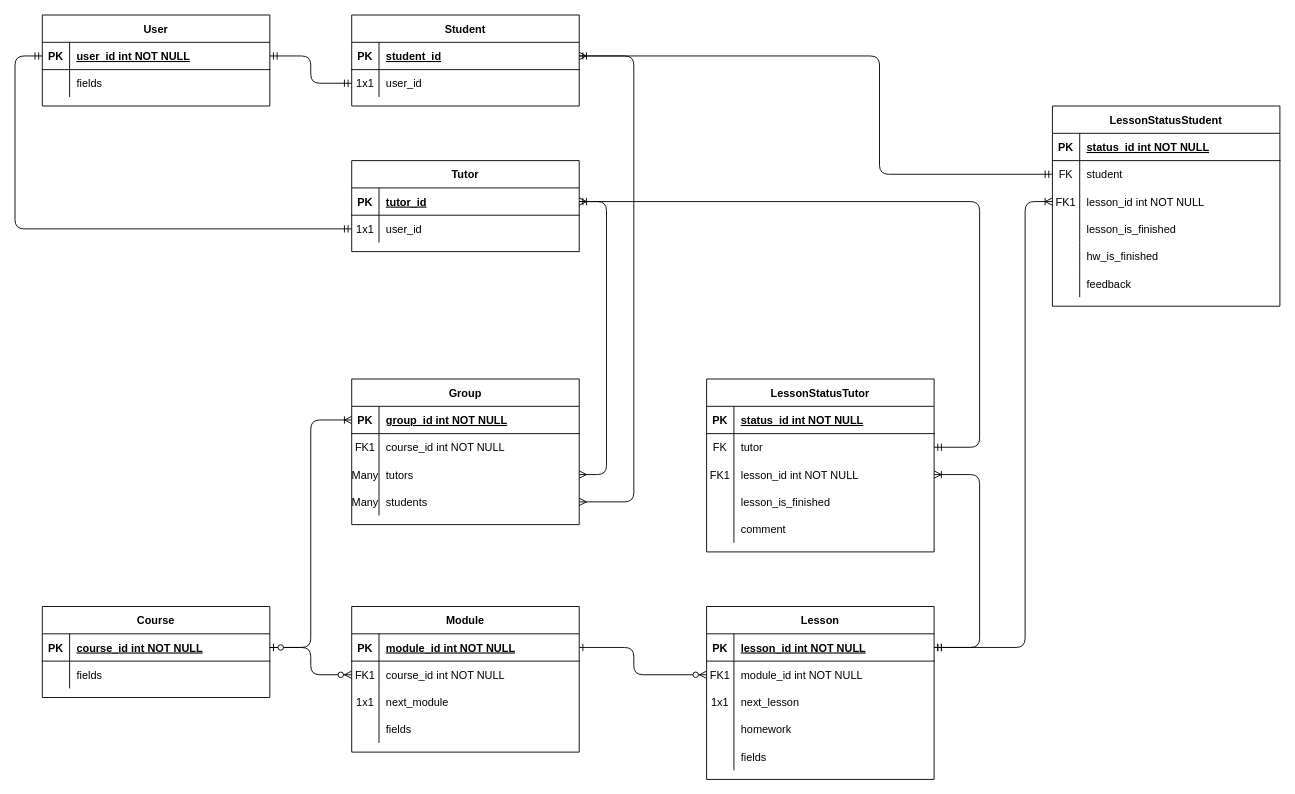
The draw.io diagram Untitled Diagram.drawio in ouriso/ouriso, before the edit. Source tidied: cells renumbered, new cells numbered last; positions are measured from the earlier drawing's top-left corner, leaving out a move shared by most shapes. Both pictures are drawn from the tidied source at 91%, with x=0, y=0 at pixel (15, 15).
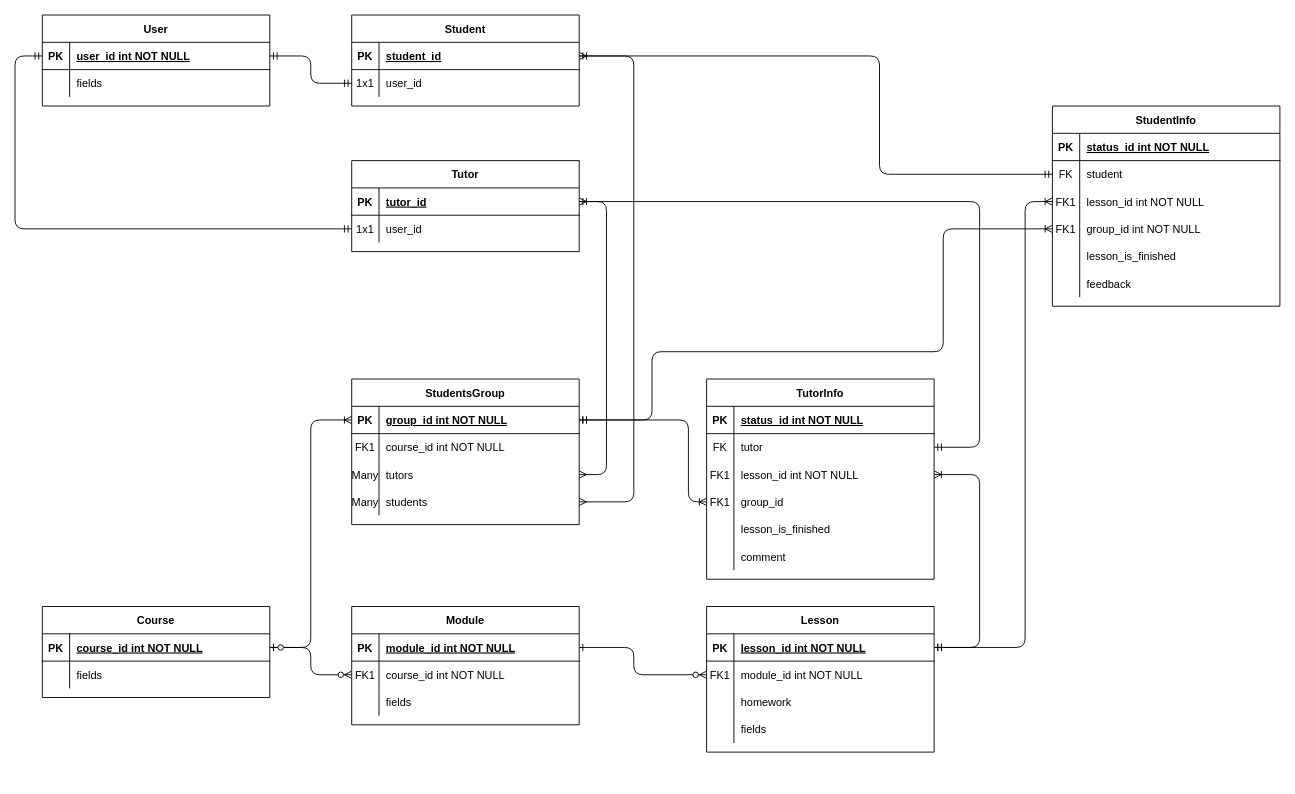
The same diagram, later.

Unchanged cells that the change refers to:
```xml
<mxCell id="64" style="shape=partialRectangle;fillColor=none;points=[[0,0.5],[1,0.5]];portConstraint=eastwest;top=0;left=0;right=0;bottom=1;" parent="63" vertex="1">
  <mxGeometry y="30" width="250" height="30" as="geometry" />
</mxCell>
```

Change to the diagram source:
```diff
@@
     <mxCell id="4" value="Module" style="shape=table;startSize=30;childLayout=tableLayout;rowLines=0;fontStyle=1;align=center;" parent="1" vertex="1">
-      <mxGeometry x="370" y="650" width="250" height="160" as="geometry" />
+      <mxGeometry x="370" y="650" width="250" height="130" as="geometry" />
     </mxCell>
@@
-    <mxCell id="11" style="shape=partialRectangle;fillColor=none;top=0;left=0;right=0;bottom=0;" parent="4" vertex="1">
-      <mxGeometry y="90" width="250" height="30" as="geometry" />
-    </mxCell>
-    <mxCell id="12" value="1x1" style="shape=partialRectangle;overflow=hidden;fillColor=none;top=0;left=0;bottom=0;right=0;" parent="11" vertex="1">
-      <mxGeometry width="30" height="30" as="geometry" />
-    </mxCell>
-    <mxCell id="13" value="next_module" style="shape=partialRectangle;overflow=hidden;fillColor=none;top=0;left=0;bottom=0;right=0;align=left;spacingLeft=6;" parent="11" vertex="1">
-      <mxGeometry x="30" width="220" height="30" as="geometry" />
-    </mxCell>
     <mxCell id="14" style="shape=partialRectangle;fillColor=none;top=0;left=0;right=0;bottom=0;" parent="4" vertex="1">
-      <mxGeometry y="120" width="250" height="30" as="geometry" />
+      <mxGeometry y="90" width="250" height="30" as="geometry" />
     </mxCell>
@@
     <mxCell id="17" value="Lesson" style="shape=table;startSize=30;childLayout=tableLayout;rowLines=0;fontStyle=1;align=center;" parent="1" vertex="1">
-      <mxGeometry x="760" y="650" width="250" height="190" as="geometry" />
+      <mxGeometry x="760" y="650" width="250" height="160" as="geometry" />
     </mxCell>
@@
-    <mxCell id="24" style="shape=partialRectangle;fillColor=none;top=0;left=0;right=0;bottom=0;" parent="17" vertex="1">
-      <mxGeometry y="90" width="250" height="30" as="geometry" />
-    </mxCell>
-    <mxCell id="25" value="1x1" style="shape=partialRectangle;overflow=hidden;fillColor=none;top=0;left=0;bottom=0;right=0;" parent="24" vertex="1">
-      <mxGeometry width="30" height="30" as="geometry" />
-    </mxCell>
-    <mxCell id="26" value="next_lesson" style="shape=partialRectangle;overflow=hidden;fillColor=none;top=0;left=0;bottom=0;right=0;align=left;spacingLeft=6;" parent="24" vertex="1">
-      <mxGeometry x="30" width="220" height="30" as="geometry" />
-    </mxCell>
     <mxCell id="27" style="shape=partialRectangle;fillColor=none;top=0;left=0;right=0;bottom=0;" parent="17" vertex="1">
-      <mxGeometry y="120" width="250" height="30" as="geometry" />
+      <mxGeometry y="90" width="250" height="30" as="geometry" />
     </mxCell>
@@
     <mxCell id="30" style="shape=partialRectangle;fillColor=none;top=0;left=0;right=0;bottom=0;" parent="17" vertex="1">
-      <mxGeometry y="150" width="250" height="30" as="geometry" />
+      <mxGeometry y="120" width="250" height="30" as="geometry" />
     </mxCell>
@@
-    <mxCell id="63" value="Group" style="shape=table;startSize=30;childLayout=tableLayout;rowLines=0;fontStyle=1;align=center;" parent="1" vertex="1">
+    <mxCell id="63" value="StudentsGroup" style="shape=table;startSize=30;childLayout=tableLayout;rowLines=0;fontStyle=1;align=center;" parent="1" vertex="1">
       <mxGeometry x="370" y="400" width="250" height="160" as="geometry" />
     </mxCell>
@@
-    <mxCell id="79" value="LessonStatusTutor" style="shape=table;startSize=30;childLayout=tableLayout;rowLines=0;fontStyle=1;align=center;" parent="1" vertex="1">
-      <mxGeometry x="760" y="400" width="250" height="190" as="geometry" />
+    <mxCell id="79" value="TutorInfo" style="shape=table;startSize=30;childLayout=tableLayout;rowLines=0;fontStyle=1;align=center;" parent="1" vertex="1">
+      <mxGeometry x="760" y="400" width="250" height="220" as="geometry" />
     </mxCell>
@@
+    <mxCell id="118" style="shape=partialRectangle;fillColor=none;points=[[0,0.5],[1,0.5]];portConstraint=eastwest;top=0;left=0;right=0;bottom=0;" parent="79" vertex="1">
+      <mxGeometry y="120" width="250" height="30" as="geometry" />
+    </mxCell>
+    <mxCell id="119" value="FK1" style="shape=partialRectangle;overflow=hidden;fillColor=none;top=0;left=0;bottom=0;right=0;" parent="118" vertex="1">
+      <mxGeometry width="30" height="30" as="geometry" />
+    </mxCell>
+    <mxCell id="120" value="group_id" style="shape=partialRectangle;overflow=hidden;fillColor=none;top=0;left=0;bottom=0;right=0;align=left;spacingLeft=6;" parent="118" vertex="1">
+      <mxGeometry x="30" width="220" height="30" as="geometry" />
+    </mxCell>
     <mxCell id="89" style="shape=partialRectangle;fillColor=none;top=0;left=0;right=0;bottom=0;" parent="79" vertex="1">
-      <mxGeometry y="120" width="250" height="30" as="geometry" />
+      <mxGeometry y="150" width="250" height="30" as="geometry" />
     </mxCell>
@@
     <mxCell id="92" style="shape=partialRectangle;fillColor=none;top=0;left=0;right=0;bottom=0;" parent="79" vertex="1">
-      <mxGeometry y="150" width="250" height="30" as="geometry" />
+      <mxGeometry y="180" width="250" height="30" as="geometry" />
     </mxCell>
@@
-    <mxCell id="95" value="LessonStatusStudent" style="shape=table;startSize=30;childLayout=tableLayout;rowLines=0;fontStyle=1;align=center;" parent="1" vertex="1">
+    <mxCell id="95" value="StudentInfo" style="shape=table;startSize=30;childLayout=tableLayout;rowLines=0;fontStyle=1;align=center;" parent="1" vertex="1">
       <mxGeometry x="1140" y="100" width="250" height="220" as="geometry" />
     </mxCell>
@@
+    <mxCell id="121" style="shape=partialRectangle;fillColor=none;points=[[0,0.5],[1,0.5]];portConstraint=eastwest;top=0;left=0;right=0;bottom=0;" parent="95" vertex="1">
+      <mxGeometry y="120" width="250" height="30" as="geometry" />
+    </mxCell>
+    <mxCell id="122" value="FK1" style="shape=partialRectangle;overflow=hidden;fillColor=none;top=0;left=0;bottom=0;right=0;" parent="121" vertex="1">
+      <mxGeometry width="30" height="30" as="geometry" />
+    </mxCell>
+    <mxCell id="123" value="group_id int NOT NULL" style="shape=partialRectangle;overflow=hidden;fillColor=none;top=0;left=0;bottom=0;right=0;align=left;spacingLeft=6;" parent="121" vertex="1">
+      <mxGeometry x="30" width="220" height="30" as="geometry" />
+    </mxCell>
     <mxCell id="105" style="shape=partialRectangle;fillColor=none;top=0;left=0;right=0;bottom=0;" parent="95" vertex="1">
-      <mxGeometry y="120" width="250" height="30" as="geometry" />
+      <mxGeometry y="150" width="250" height="30" as="geometry" />
     </mxCell>
@@
-    <mxCell id="108" style="shape=partialRectangle;fillColor=none;top=0;left=0;right=0;bottom=0;" parent="95" vertex="1">
-      <mxGeometry y="150" width="250" height="30" as="geometry" />
-    </mxCell>
-    <mxCell id="109" style="shape=partialRectangle;overflow=hidden;fillColor=none;top=0;left=0;bottom=0;right=0;" parent="108" vertex="1">
-      <mxGeometry width="30" height="30" as="geometry" />
-    </mxCell>
-    <mxCell id="110" value="hw_is_finished" style="shape=partialRectangle;overflow=hidden;fillColor=none;top=0;left=0;bottom=0;right=0;align=left;spacingLeft=6;" parent="108" vertex="1">
-      <mxGeometry x="30" width="220" height="30" as="geometry" />
-    </mxCell>
@@
+    <mxCell id="124" style="edgeStyle=orthogonalEdgeStyle;fontSize=12;html=1;endArrow=ERoneToMany;startArrow=ERmandOne;strokeColor=#000000;entryX=0;entryY=0.5;entryDx=0;entryDy=0;exitX=1;exitY=0.5;exitDx=0;exitDy=0;" parent="1" edge="1" source="64" target="118">
+      <mxGeometry relative="1" as="geometry">
+        <Array as="points">
+          <mxPoint x="740" y="445" />
+          <mxPoint x="740" y="535" />
+        </Array>
+      </mxGeometry>
+    </mxCell>
+    <mxCell id="125" style="edgeStyle=orthogonalEdgeStyle;fontSize=12;html=1;endArrow=ERoneToMany;startArrow=ERmandOne;strokeColor=#000000;entryX=0;entryY=0.5;entryDx=0;entryDy=0;exitX=1;exitY=0.5;exitDx=0;exitDy=0;" parent="1" edge="1" source="64" target="121">
+      <mxGeometry relative="1" as="geometry">
+        <Array as="points">
+          <mxPoint x="700" y="445" />
+          <mxPoint x="700" y="370" />
+          <mxPoint x="1020" y="370" />
+          <mxPoint x="1020" y="235" />
+        </Array>
+      </mxGeometry>
+    </mxCell>
```
